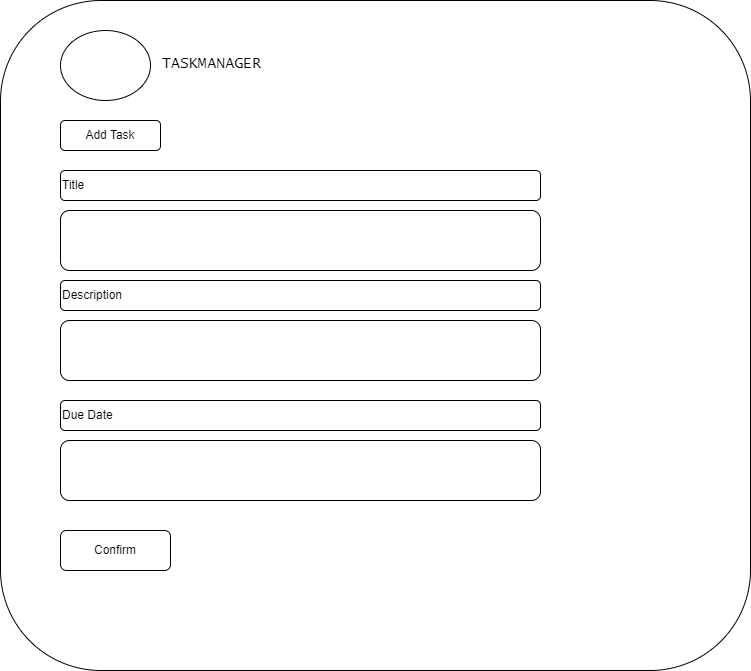
This is Taskmanager.drawio.png from Nyamvula1/alx_capstone_project, a draw.io export, as it was before one commit. Source tidied: cells renumbered, new cells last; positions are measured from the earlier drawing's top-left corner, leaving out a move shared by most shapes.
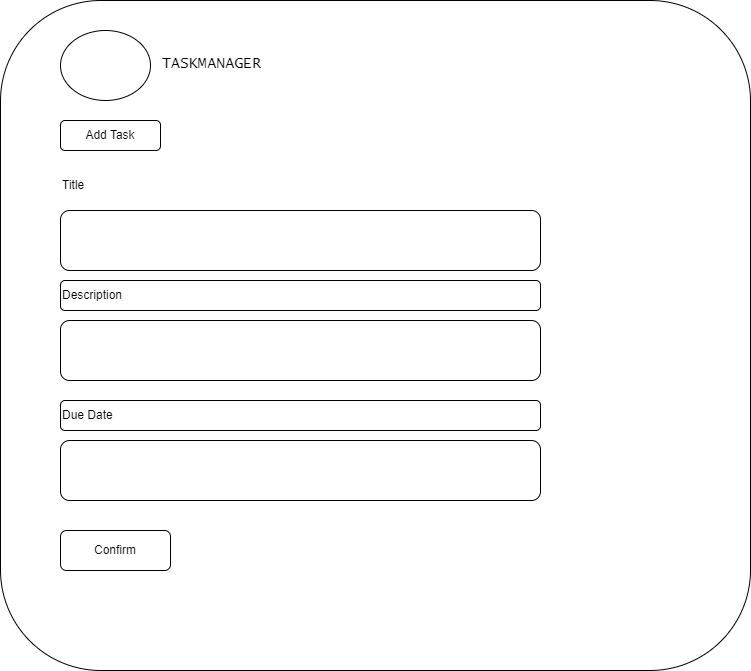
Above is the later version.

What changed in the source:
```diff
@@ -14,7 +14,7 @@
     <mxCell id="5" value="Add Task" style="rounded=1;whiteSpace=wrap;html=1;" parent="1" vertex="1">
       <mxGeometry x="60" y="120" width="100" height="30" as="geometry" />
     </mxCell>
-    <mxCell id="6" value="Title" style="rounded=1;whiteSpace=wrap;html=1;align=left;" parent="1" vertex="1">
+    <mxCell id="6" value="Title" style="rounded=1;whiteSpace=wrap;html=1;align=left;fillColor=none;strokeColor=none;" parent="1" vertex="1">
       <mxGeometry x="60" y="170" width="480" height="30" as="geometry" />
     </mxCell>
     <mxCell id="7" value="Description" style="rounded=1;whiteSpace=wrap;html=1;align=left;" parent="1" vertex="1">
```
